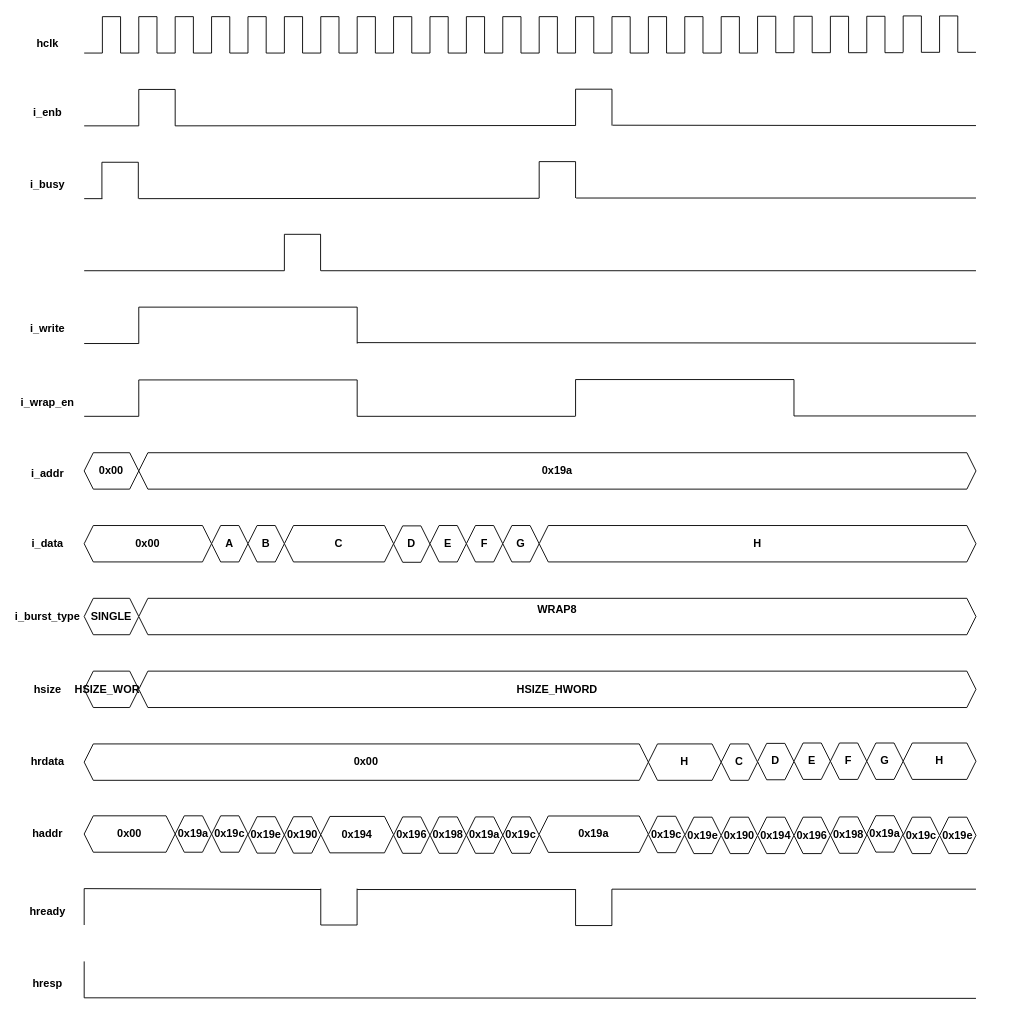
Earlier version of the draw.io diagram page "Slave waiting transfer" (19 of 19) of AMBA AHB.drawio (106210049/AMBA-AHB). Source tidied: cells renumbered, new cells numbered last; positions are measured from the earlier drawing's top-left corner, leaving out a move shared by most shapes. Both pictures are drawn from the tidied source at 91%, with x=0, y=0 at pixel (20, 15).
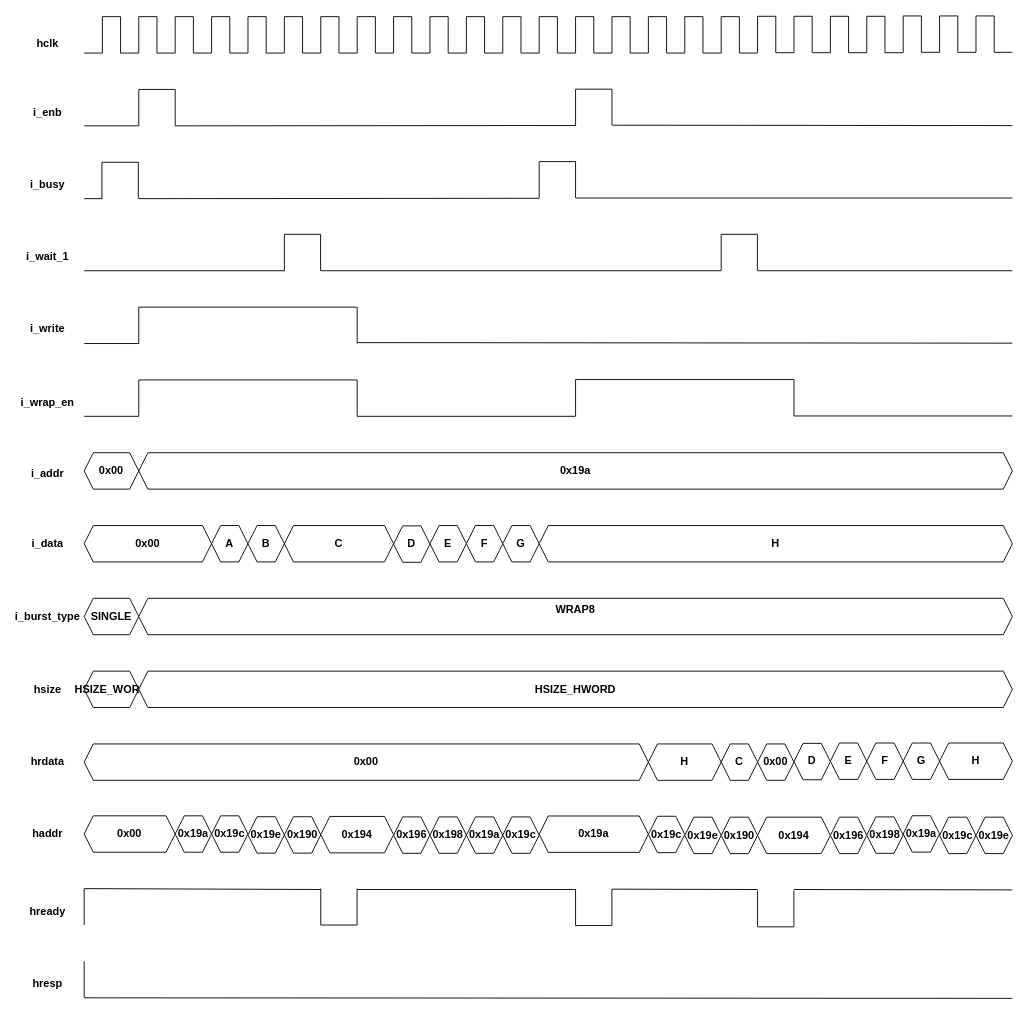
After the change.

What changed in the source:
```diff
@@
     <mxCell id="83" value="0x19a" style="shape=hexagon;perimeter=hexagonPerimeter2;whiteSpace=wrap;html=1;shapeInside=1;fixedSize=1;size=10;fontStyle=1;" parent="1" vertex="1">
-      <mxGeometry x="130" y="480" width="920" height="40" as="geometry" />
+      <mxGeometry x="130" y="480" width="960" height="40" as="geometry" />
     </mxCell>
@@
     <mxCell id="93" value="WRAP8&lt;br&gt;&lt;div&gt;&lt;br&gt;&lt;/div&gt;" style="shape=hexagon;perimeter=hexagonPerimeter2;whiteSpace=wrap;html=1;shapeInside=1;fixedSize=1;size=10;fontStyle=1;" parent="1" vertex="1">
-      <mxGeometry x="130" y="640" width="920" height="40" as="geometry" />
+      <mxGeometry x="130" y="640" width="960" height="40" as="geometry" />
     </mxCell>
@@
     <mxCell id="95" value="&lt;div&gt;HSIZE_HWORD&lt;/div&gt;" style="shape=hexagon;perimeter=hexagonPerimeter2;whiteSpace=wrap;html=1;shapeInside=1;fixedSize=1;size=10;fontStyle=1;" parent="1" vertex="1">
-      <mxGeometry x="130" y="720" width="920" height="40" as="geometry" />
+      <mxGeometry x="130" y="720" width="960" height="40" as="geometry" />
     </mxCell>
@@
     <mxCell id="108" style="endArrow=none;html=1;rounded=0;" parent="1" edge="1">
       <mxGeometry relative="1" as="geometry">
         <mxPoint x="610.6" y="200.1" as="sourcePoint" />
-        <mxPoint x="1050" y="200.1" as="targetPoint" />
+        <mxPoint x="1090" y="200.1" as="targetPoint" />
       </mxGeometry>
     </mxCell>
     <mxCell id="109" style="endArrow=none;html=1;rounded=0;" parent="1" edge="1">
       <mxGeometry relative="1" as="geometry">
         <mxPoint x="650.6" y="120.1" as="sourcePoint" />
-        <mxPoint x="1050" y="120.5" as="targetPoint" />
+        <mxPoint x="1090" y="120.5" as="targetPoint" />
       </mxGeometry>
     </mxCell>
@@
     <mxCell id="116" style="endArrow=none;html=1;rounded=0;" parent="1" edge="1">
       <mxGeometry relative="1" as="geometry">
         <mxPoint x="370" y="359" as="sourcePoint" />
-        <mxPoint x="1050" y="359.6" as="targetPoint" />
+        <mxPoint x="1090" y="359.6" as="targetPoint" />
       </mxGeometry>
     </mxCell>
@@
     <mxCell id="125" style="endArrow=none;html=1;rounded=0;" parent="1" edge="1">
       <mxGeometry relative="1" as="geometry">
         <mxPoint x="70" y="1079" as="sourcePoint" />
-        <mxPoint x="1050" y="1079.6" as="targetPoint" />
+        <mxPoint x="1090" y="1079.6" as="targetPoint" />
       </mxGeometry>
     </mxCell>
@@
     <mxCell id="149" style="endArrow=none;html=1;rounded=0;" parent="1" edge="1">
       <mxGeometry relative="1" as="geometry">
         <mxPoint x="850" y="439.6" as="sourcePoint" />
-        <mxPoint x="1050" y="439.6" as="targetPoint" />
+        <mxPoint x="1090" y="439.6" as="targetPoint" />
       </mxGeometry>
     </mxCell>
@@
     <mxCell id="154" value="H" style="shape=hexagon;perimeter=hexagonPerimeter2;whiteSpace=wrap;html=1;shapeInside=1;fixedSize=1;size=10;fontStyle=1;" parent="1" vertex="1">
-      <mxGeometry x="570" y="560" width="480" height="40" as="geometry" />
+      <mxGeometry x="570" y="560" width="520" height="40" as="geometry" />
     </mxCell>
@@
     <mxCell id="178" value="0x194" style="shape=hexagon;perimeter=hexagonPerimeter2;whiteSpace=wrap;html=1;shapeInside=1;fixedSize=1;size=10;fontStyle=1;" parent="1" vertex="1">
-      <mxGeometry x="810" y="880.5" width="40" height="40" as="geometry" />
+      <mxGeometry x="810" y="880.5" width="80" height="40" as="geometry" />
     </mxCell>
     <mxCell id="179" value="0x196" style="shape=hexagon;perimeter=hexagonPerimeter2;whiteSpace=wrap;html=1;shapeInside=1;fixedSize=1;size=10;fontStyle=1;" parent="1" vertex="1">
-      <mxGeometry x="850" y="880.5" width="40" height="40" as="geometry" />
+      <mxGeometry x="890" y="880.5" width="40" height="40" as="geometry" />
     </mxCell>
     <mxCell id="180" value="0x198" style="shape=hexagon;perimeter=hexagonPerimeter2;whiteSpace=wrap;html=1;shapeInside=1;fixedSize=1;size=10;fontStyle=1;" parent="1" vertex="1">
-      <mxGeometry x="890" y="880.2" width="40" height="40" as="geometry" />
+      <mxGeometry x="930" y="880.2" width="40" height="40" as="geometry" />
     </mxCell>
     <mxCell id="181" value="0x19a" style="shape=hexagon;perimeter=hexagonPerimeter2;whiteSpace=wrap;html=1;shapeInside=1;fixedSize=1;size=10;fontStyle=1;" parent="1" vertex="1">
-      <mxGeometry x="930" y="878.9" width="40" height="40" as="geometry" />
+      <mxGeometry x="970" y="878.9" width="40" height="40" as="geometry" />
     </mxCell>
     <mxCell id="182" value="0x19c" style="shape=hexagon;perimeter=hexagonPerimeter2;whiteSpace=wrap;html=1;shapeInside=1;fixedSize=1;size=10;fontStyle=1;" parent="1" vertex="1">
-      <mxGeometry x="970" y="880.5" width="40" height="40" as="geometry" />
+      <mxGeometry x="1010" y="880.5" width="40" height="40" as="geometry" />
     </mxCell>
     <mxCell id="183" value="0x19e" style="shape=hexagon;perimeter=hexagonPerimeter2;whiteSpace=wrap;html=1;shapeInside=1;fixedSize=1;size=10;fontStyle=1;" parent="1" vertex="1">
-      <mxGeometry x="1010" y="880.5" width="40" height="40" as="geometry" />
+      <mxGeometry x="1050" y="880.5" width="40" height="40" as="geometry" />
     </mxCell>
@@
     <mxCell id="186" value="&lt;div&gt;D&lt;/div&gt;" style="shape=hexagon;perimeter=hexagonPerimeter2;whiteSpace=wrap;html=1;shapeInside=1;fixedSize=1;size=10;fontStyle=1;" parent="1" vertex="1">
-      <mxGeometry x="810" y="799.4" width="40" height="40" as="geometry" />
+      <mxGeometry x="850" y="799.4" width="40" height="40" as="geometry" />
     </mxCell>
     <mxCell id="187" value="E" style="shape=hexagon;perimeter=hexagonPerimeter2;whiteSpace=wrap;html=1;shapeInside=1;fixedSize=1;size=10;fontStyle=1;" parent="1" vertex="1">
-      <mxGeometry x="850" y="799" width="40" height="40" as="geometry" />
+      <mxGeometry x="890" y="799" width="40" height="40" as="geometry" />
     </mxCell>
     <mxCell id="188" value="F" style="shape=hexagon;perimeter=hexagonPerimeter2;whiteSpace=wrap;html=1;shapeInside=1;fixedSize=1;size=10;fontStyle=1;" parent="1" vertex="1">
-      <mxGeometry x="890" y="799" width="40" height="40" as="geometry" />
+      <mxGeometry x="930" y="799" width="40" height="40" as="geometry" />
     </mxCell>
     <mxCell id="189" value="G" style="shape=hexagon;perimeter=hexagonPerimeter2;whiteSpace=wrap;html=1;shapeInside=1;fixedSize=1;size=10;fontStyle=1;" parent="1" vertex="1">
-      <mxGeometry x="930" y="799" width="40" height="40" as="geometry" />
+      <mxGeometry x="970" y="799" width="40" height="40" as="geometry" />
     </mxCell>
     <mxCell id="190" value="H" style="shape=hexagon;perimeter=hexagonPerimeter2;whiteSpace=wrap;html=1;shapeInside=1;fixedSize=1;size=10;fontStyle=1;" parent="1" vertex="1">
-      <mxGeometry x="970" y="799" width="80" height="40" as="geometry" />
+      <mxGeometry x="1010" y="799" width="80" height="40" as="geometry" />
     </mxCell>
@@
     <mxCell id="194" style="endArrow=none;html=1;rounded=0;" parent="1" edge="1">
       <mxGeometry relative="1" as="geometry">
         <mxPoint x="650" y="959.6" as="sourcePoint" />
-        <mxPoint x="1050" y="959.6" as="targetPoint" />
+        <mxPoint x="810" y="960" as="targetPoint" />
       </mxGeometry>
     </mxCell>
@@
     <mxCell id="199" style="endArrow=none;html=1;rounded=0;" parent="1" edge="1">
       <mxGeometry relative="1" as="geometry">
         <mxPoint x="330" y="280" as="sourcePoint" />
-        <mxPoint x="1050" y="280" as="targetPoint" />
+        <mxPoint x="770" y="280" as="targetPoint" />
       </mxGeometry>
     </mxCell>
@@
+    <mxCell id="204" style="endArrow=none;html=1;rounded=0;" parent="1" edge="1">
+      <mxGeometry relative="1" as="geometry">
+        <mxPoint x="770" y="280" as="sourcePoint" />
+        <mxPoint x="770" y="240" as="targetPoint" />
+      </mxGeometry>
+    </mxCell>
+    <mxCell id="205" style="endArrow=none;html=1;rounded=0;" parent="1" edge="1">
+      <mxGeometry relative="1" as="geometry">
+        <mxPoint x="770" y="240" as="sourcePoint" />
+        <mxPoint x="810" y="240" as="targetPoint" />
+      </mxGeometry>
+    </mxCell>
+    <mxCell id="206" style="endArrow=none;html=1;rounded=0;" parent="1" edge="1">
+      <mxGeometry relative="1" as="geometry">
+        <mxPoint x="809.8" y="280" as="sourcePoint" />
+        <mxPoint x="809.8" y="240" as="targetPoint" />
+      </mxGeometry>
+    </mxCell>
+    <mxCell id="207" style="endArrow=none;html=1;rounded=0;" parent="1" edge="1">
+      <mxGeometry relative="1" as="geometry">
+        <mxPoint x="810" y="280" as="sourcePoint" />
+        <mxPoint x="1090" y="280" as="targetPoint" />
+      </mxGeometry>
+    </mxCell>
+    <mxCell id="208" value="0x00" style="shape=hexagon;perimeter=hexagonPerimeter2;whiteSpace=wrap;html=1;shapeInside=1;fixedSize=1;size=10;fontStyle=1;" parent="1" vertex="1">
+      <mxGeometry x="810" y="800" width="40" height="40" as="geometry" />
+    </mxCell>
+    <mxCell id="209" style="endArrow=none;html=1;rounded=0;" parent="1" edge="1">
+      <mxGeometry relative="1" as="geometry">
+        <mxPoint x="810" y="1001" as="sourcePoint" />
+        <mxPoint x="810" y="961" as="targetPoint" />
+      </mxGeometry>
+    </mxCell>
+    <mxCell id="210" style="endArrow=none;html=1;rounded=0;" parent="1" edge="1">
+      <mxGeometry relative="1" as="geometry">
+        <mxPoint x="810" y="1001" as="sourcePoint" />
+        <mxPoint x="850" y="1001" as="targetPoint" />
+      </mxGeometry>
+    </mxCell>
+    <mxCell id="211" style="endArrow=none;html=1;rounded=0;" parent="1" edge="1">
+      <mxGeometry relative="1" as="geometry">
+        <mxPoint x="849.9" y="1001" as="sourcePoint" />
+        <mxPoint x="849.9" y="961" as="targetPoint" />
+      </mxGeometry>
+    </mxCell>
+    <mxCell id="212" style="endArrow=none;html=1;rounded=0;" parent="1" edge="1">
+      <mxGeometry relative="1" as="geometry">
+        <mxPoint x="850" y="960" as="sourcePoint" />
+        <mxPoint x="1090" y="960.4" as="targetPoint" />
+      </mxGeometry>
+    </mxCell>
+    <mxCell id="213" style="endArrow=none;html=1;rounded=0;" parent="1" edge="1">
+      <mxGeometry relative="1" as="geometry">
+        <mxPoint x="1050" y="40" as="sourcePoint" />
+        <mxPoint x="1050" as="targetPoint" />
+      </mxGeometry>
+    </mxCell>
+    <mxCell id="214" style="endArrow=none;html=1;rounded=0;" parent="1" edge="1">
+      <mxGeometry relative="1" as="geometry">
+        <mxPoint x="1050" as="sourcePoint" />
+        <mxPoint x="1070" as="targetPoint" />
+      </mxGeometry>
+    </mxCell>
+    <mxCell id="215" style="endArrow=none;html=1;rounded=0;" parent="1" edge="1">
+      <mxGeometry relative="1" as="geometry">
+        <mxPoint x="1070" y="40" as="sourcePoint" />
+        <mxPoint x="1070" as="targetPoint" />
+      </mxGeometry>
+    </mxCell>
+    <mxCell id="216" style="endArrow=none;html=1;rounded=0;" parent="1" edge="1">
+      <mxGeometry relative="1" as="geometry">
+        <mxPoint x="1070" y="40" as="sourcePoint" />
+        <mxPoint x="1090" y="40" as="targetPoint" />
+      </mxGeometry>
+    </mxCell>
+    <mxCell id="217" value="i_wait_1" style="text;html=1;whiteSpace=wrap;strokeColor=none;fillColor=none;align=center;verticalAlign=middle;rounded=0;fontStyle=1;" parent="1" vertex="1">
+      <mxGeometry y="250" width="60" height="30" as="geometry" />
+    </mxCell>
```
